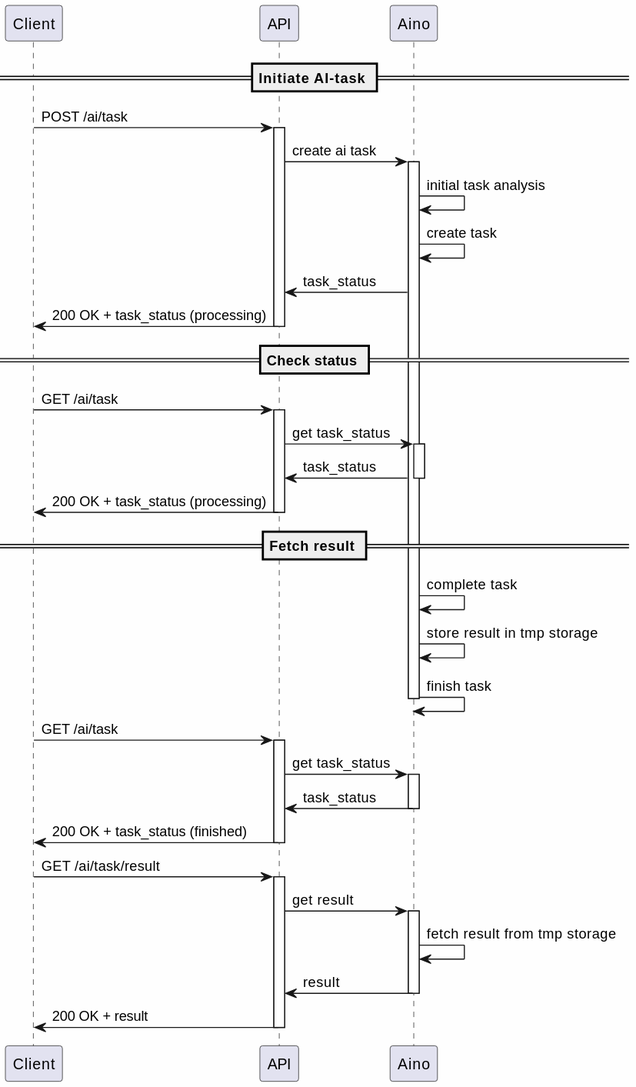
Above: enterprise_api/diagrams/api_usage.svg in Aino-Technology/Aino-Technology (PlantUML), before the change.
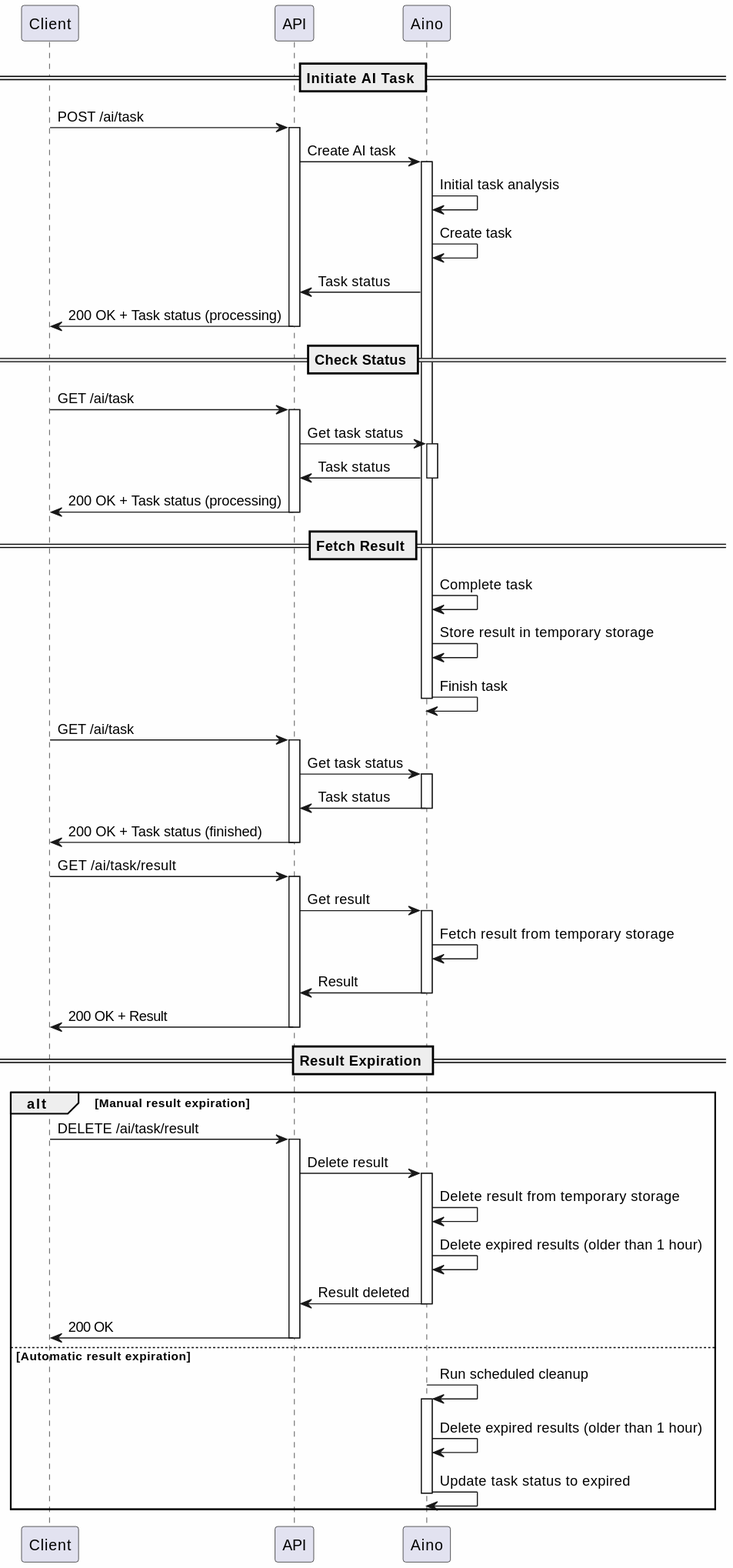
The same diagram one commit later.

Commit message:
Grammar and style check for Enterprise API

What changed in the source:
```diff
@@ -5,33 +5,48 @@
 participant API as api
 participant Aino as ai
 
-== Initiate AI-task ==
+== Initiate AI Task ==
 cl -> api ++: POST /ai/task
-api -> ai ++: create ai task
-ai -> ai: initial task analysis
-ai -> ai: create task
-ai -> api: task_status
-api -> cl --: 200 OK + task_status (processing)
+api -> ai ++: Create AI task
+ai -> ai: Initial task analysis
+ai -> ai: Create task
+ai -> api: Task status
+api -> cl --: 200 OK + Task status (processing)
 
-== Check status ==
+== Check Status ==
 cl -> api ++: GET /ai/task
-api -> ai ++: get task_status
-ai -> api --: task_status
-api -> cl --: 200 OK + task_status (processing)
+api -> ai ++: Get task status
+ai -> api --: Task status
+api -> cl --: 200 OK + Task status (processing)
 
-== Fetch result ==
-ai -> ai: complete task
-ai -> ai: store result in tmp storage
-ai -> ai --: finish task
+== Fetch Result ==
+ai -> ai: Complete task
+ai -> ai: Store result in temporary storage
+ai -> ai --: Finish task
 
 cl -> api ++: GET /ai/task
-api -> ai ++: get task_status
-ai -> api --: task_status
-api -> cl --: 200 OK + task_status (finished)
+api -> ai ++: Get task status
+ai -> api --: Task status
+api -> cl --: 200 OK + Task status (finished)
 
 cl -> api ++: GET /ai/task/result
-api -> ai ++: get result
-ai -> ai: fetch result from tmp storage
-ai -> api --: result
-api -> cl --: 200 OK + result
+api -> ai ++: Get result
+ai -> ai: Fetch result from temporary storage
+ai -> api --: Result
+api -> cl --: 200 OK + Result
+
+== Result Expiration ==
+
+alt Manual result expiration
+  cl -> api ++: DELETE /ai/task/result
+  api -> ai ++: Delete result
+  ai -> ai: Delete result from temporary storage
+  ai -> ai: Delete expired results (older than 1 hour)
+  ai -> api --: Result deleted
+  api -> cl --: 200 OK
+else Automatic result expiration
+  ai -> ai ++: Run scheduled cleanup
+  ai -> ai: Delete expired results (older than 1 hour)
+  ai -> ai --: Update task status to expired
+end
 @enduml
```
